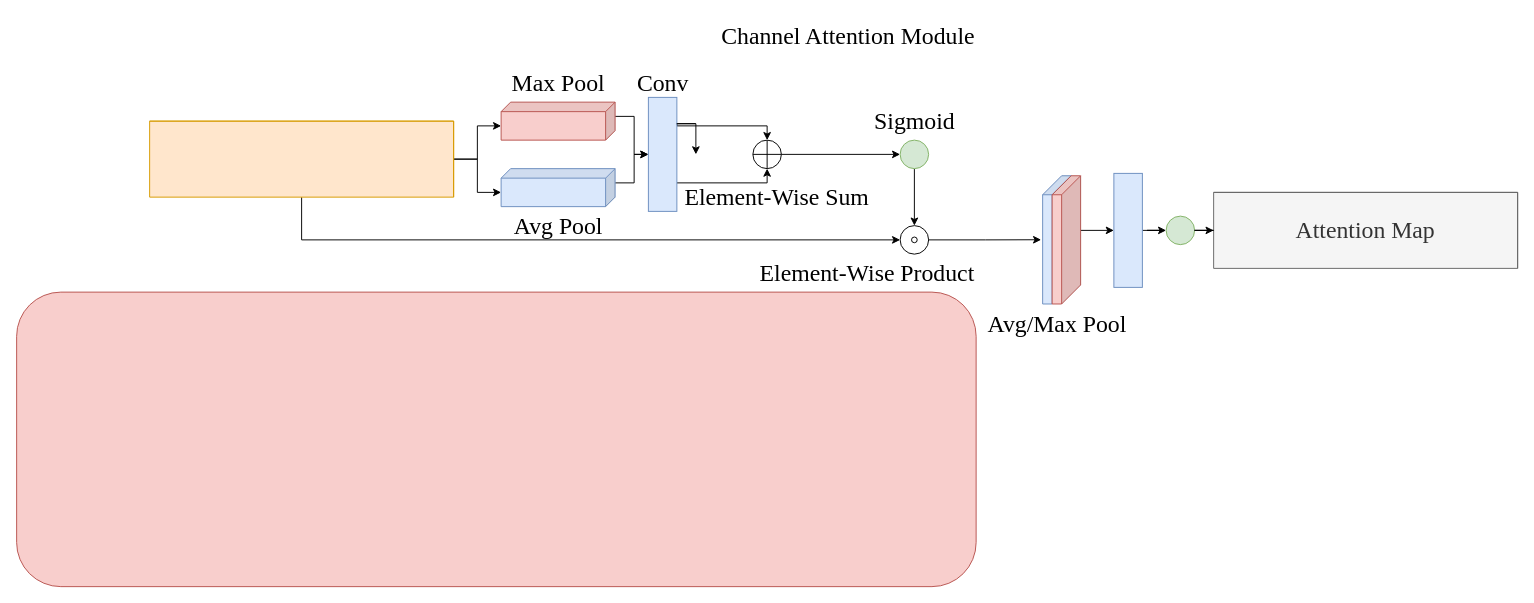
Earlier version of the draw.io diagram gen_context_feature.drawio (wangpinzhi/wangpinzhi.github.io). Source tidied: cells renumbered, new cells numbered last; positions are measured from the earlier drawing's top-left corner, leaving out a move shared by most shapes. Both pictures are drawn from the tidied source at 95%, with x=0, y=0 at pixel (16, 16).
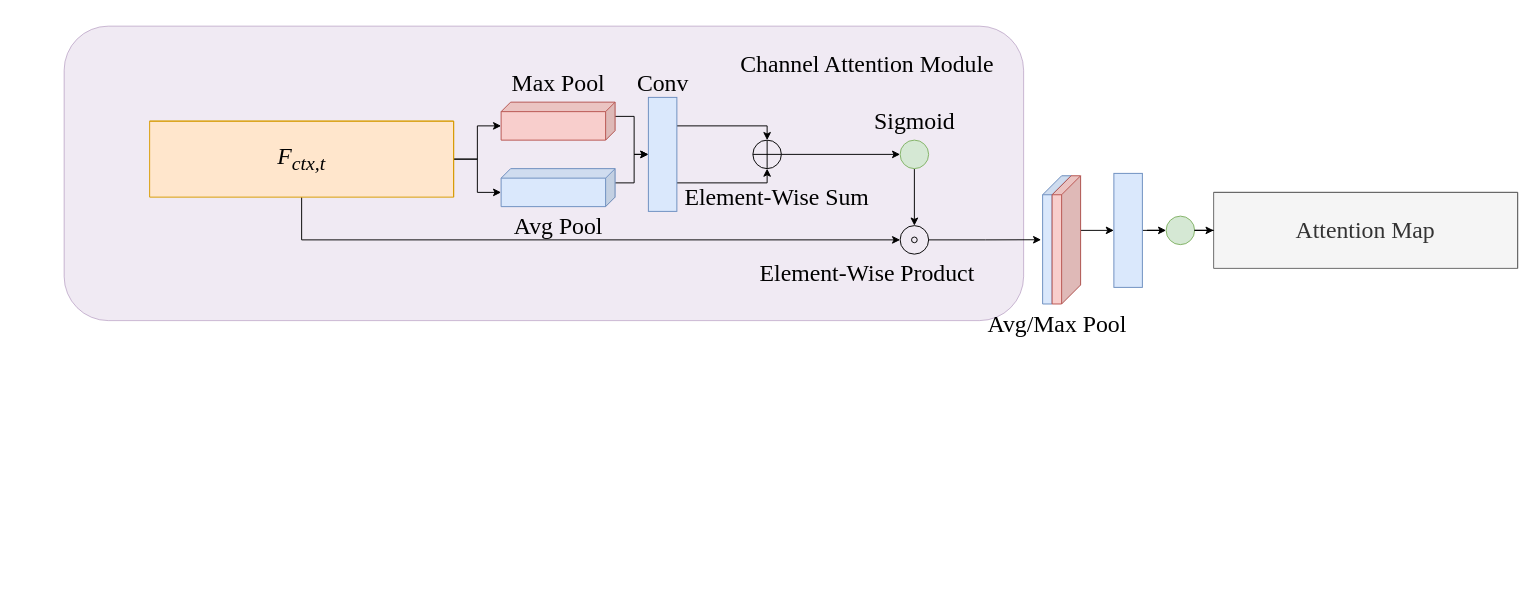
The same page after the edit.

The change refers to these unchanged cells:
```xml
<mxCell id="9" style="rounded=0;whiteSpace=wrap;html=1;rotation=90;fillColor=#dae8fc;strokeColor=#6c8ebf;fontFamily=Times New Roman;fontSize=25;" parent="1" vertex="1">
  <mxGeometry x="620" y="130" width="120" height="30" as="geometry" />
</mxCell>
<mxCell id="11" style="ellipse;whiteSpace=wrap;html=1;fillColor=none;fontStyle=1;" parent="1" vertex="1">
  <mxGeometry x="775" y="130" width="30" height="30" as="geometry" />
</mxCell>
```

Diff of the diagram source:
```diff
@@
-    <mxCell id="2" style="rounded=1;whiteSpace=wrap;html=1;fillColor=#f8cecc;strokeColor=#b85450;fontSize=25;fontFamily=Times New Roman;align=center;" parent="1" vertex="1">
-      <mxGeometry y="290" width="1010" height="310" as="geometry" />
+    <mxCell id="2" style="rounded=1;whiteSpace=wrap;html=1;fillColor=#e1d5e7;strokeColor=#9673a6;fontSize=25;fontFamily=Times New Roman;align=center;opacity=50;" parent="1" vertex="1">
+      <mxGeometry x="50" y="10" width="1010" height="310" as="geometry" />
     </mxCell>
@@
-    <mxCell id="7" style="edgeStyle=orthogonalEdgeStyle;rounded=0;jettySize=auto;html=1;exitX=0.231;exitY=0.008;exitDx=0;exitDy=0;entryX=0.5;entryY=0;entryDx=0;entryDy=0;exitPerimeter=0;" parent="1" edge="1" target="11">
-      <mxGeometry relative="1" as="geometry">
-        <mxPoint x="714.8" y="112.7" as="sourcePoint" />
-        <Array as="points">
-          <mxPoint x="695" y="115" />
-          <mxPoint x="790" y="115" />
-        </Array>
-      </mxGeometry>
-    </mxCell>
@@
+    <mxCell id="41" style="edgeStyle=orthogonalEdgeStyle;rounded=0;jettySize=auto;html=1;exitX=0.25;exitY=0;exitDx=0;exitDy=0;entryX=0.5;entryY=0;entryDx=0;entryDy=0;" parent="1" edge="1" source="9" target="11">
+      <mxGeometry relative="1" as="geometry">
+        <Array as="points">
+          <mxPoint x="790" y="115" />
+        </Array>
+      </mxGeometry>
+    </mxCell>
@@
     <mxCell id="38" value="Channel Attention Module" style="text;html=1;align=center;verticalAlign=middle;strokeColor=none;fillColor=none;fontSize=25;fontFamily=Times New Roman;" parent="1" vertex="1">
-      <mxGeometry x="730" width="290" height="40" as="geometry" />
+      <mxGeometry x="750" y="30" width="290" height="40" as="geometry" />
     </mxCell>
-    <mxCell id="39" style="edgeStyle=orthogonalEdgeStyle;rounded=0;jettySize=auto;html=1;exitX=0.231;exitY=0.008;exitDx=0;exitDy=0;entryX=0.5;entryY=0;entryDx=0;entryDy=0;exitPerimeter=0;" parent="1" edge="1" source="9">
-      <mxGeometry relative="1" as="geometry">
-        <mxPoint x="715" y="145" as="targetPoint" />
-      </mxGeometry>
-    </mxCell>
-    <mxCell id="40" style="shape=cube;whiteSpace=wrap;html=1;boundedLbl=1;backgroundOutline=1;darkOpacity=0.05;darkOpacity2=0.1;flipH=1;size=0;fillColor=#ffe6cc;strokeColor=#d79b00;fontFamily=Times New Roman;fontSize=25;" parent="1" vertex="1">
+    <mxCell id="40" value="F&lt;sub&gt;ctx,t&lt;/sub&gt;" style="shape=cube;whiteSpace=wrap;html=1;boundedLbl=1;backgroundOutline=1;darkOpacity=0.05;darkOpacity2=0.1;flipH=1;size=0;fillColor=#ffe6cc;strokeColor=#d79b00;fontFamily=Times New Roman;fontSize=25;fontStyle=2;" parent="1" vertex="1">
       <mxGeometry x="140" y="110" width="320" height="80" as="geometry" />
     </mxCell>
```
